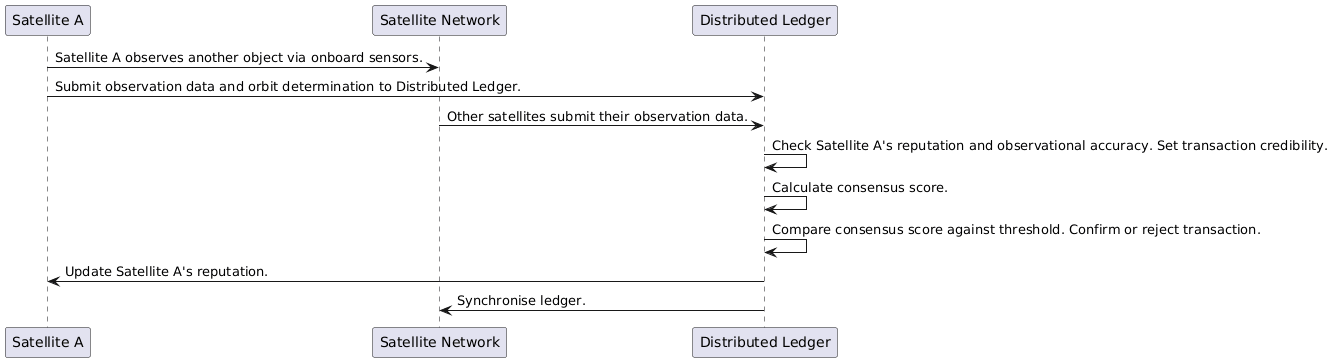
This is images/consensus_sequence.png from bprobert97/accord, a PlantUML export, as it was before one commit. The source it was exported from:
```plantuml
@startuml
participant "Satellite A" as sata
participant "Satellite Network" as network
participant "Distributed Ledger" as ledger

sata -> network: Satellite A observes another object via onboard sensors.
sata -> ledger: Submit observation data and orbit determination to Distributed Ledger.
network -> ledger: Other satellites submit their observation data.
ledger -> ledger: Check Satellite A's reputation and observational accuracy. Set transaction credibility.
ledger -> ledger: Calculate consensus score.
ledger -> ledger: Compare consensus score against threshold. Confirm or reject transaction.
ledger -> sata: Update Satellite A's reputation.
ledger -> network: Synchronise ledger.
@enduml
```
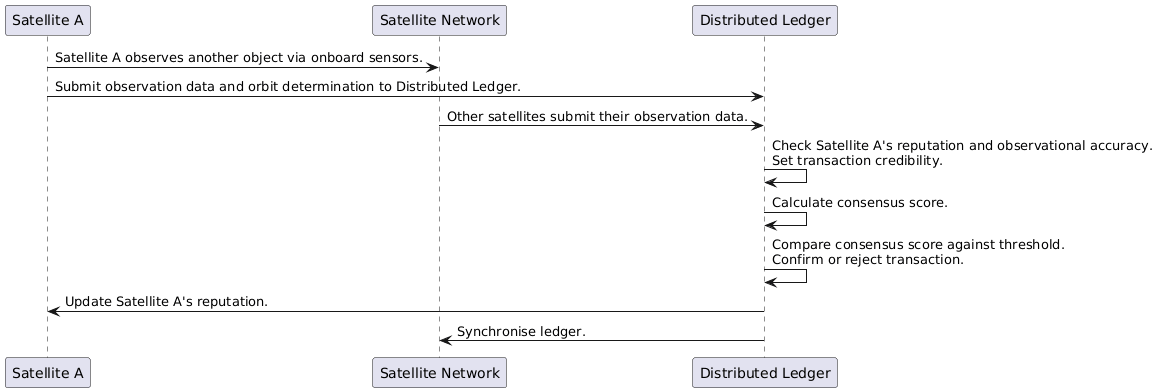
After the commit.

Diff of the diagram source:
```diff
@@ -6,9 +6,9 @@
 sata -> network: Satellite A observes another object via onboard sensors.
 sata -> ledger: Submit observation data and orbit determination to Distributed Ledger.
 network -> ledger: Other satellites submit their observation data.
-ledger -> ledger: Check Satellite A's reputation and observational accuracy. Set transaction credibility.
+ledger -> ledger: Check Satellite A's reputation and observational accuracy. \nSet transaction credibility.
 ledger -> ledger: Calculate consensus score.
-ledger -> ledger: Compare consensus score against threshold. Confirm or reject transaction.
+ledger -> ledger: Compare consensus score against threshold. \nConfirm or reject transaction.
 ledger -> sata: Update Satellite A's reputation.
 ledger -> network: Synchronise ledger.
 @enduml
```
